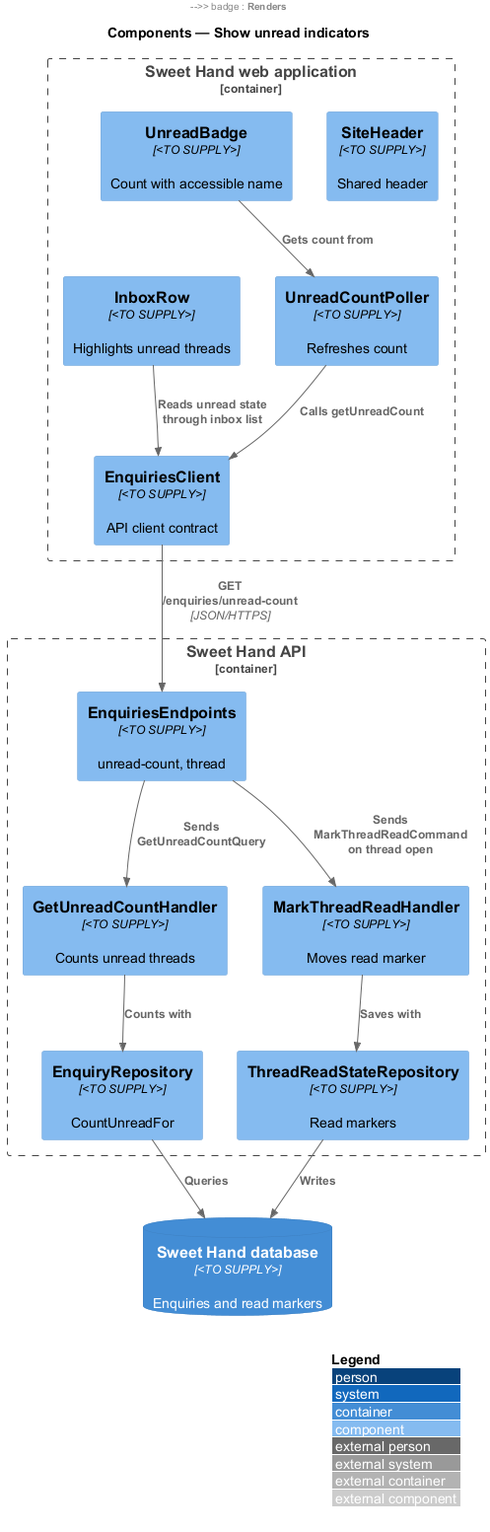
This is docs/detailed-designs/enquiries/show-unread-indicators/diagrams/c4-component.png from QuinntyneBrown/sweet-hand, a PlantUML export, as it was before one commit. Its diagram source:
```plantuml
@startuml
!include <C4/C4_Component>
LAYOUT_WITH_LEGEND()
title Components — Show unread indicators

Container_Boundary(web, "Sweet Hand web application") {
  Component(header, "SiteHeader", "<TO SUPPLY>", "Shared header")
  Component(badge, "UnreadBadge", "<TO SUPPLY>", "Count with accessible name")
  Component(poller, "UnreadCountPoller", "<TO SUPPLY>", "Refreshes count")
  Component(row, "InboxRow", "<TO SUPPLY>", "Highlights unread threads")
  Component(client, "EnquiriesClient", "<TO SUPPLY>", "API client contract")
}
Container_Boundary(api, "Sweet Hand API") {
  Component(ep, "EnquiriesEndpoints", "<TO SUPPLY>", "unread-count, thread")
  Component(count, "GetUnreadCountHandler", "<TO SUPPLY>", "Counts unread threads")
  Component(mark, "MarkThreadReadHandler", "<TO SUPPLY>", "Moves read marker")
  Component(repo, "EnquiryRepository", "<TO SUPPLY>", "CountUnreadFor")
  Component(readrepo, "ThreadReadStateRepository", "<TO SUPPLY>", "Read markers")
}
ContainerDb(db, "Sweet Hand database", "<TO SUPPLY>", "Enquiries and read markers")

Rel(header, badge, "Renders")
Rel(badge, poller, "Gets count from")
Rel(poller, client, "Calls getUnreadCount")
Rel(client, ep, "GET /enquiries/unread-count", "JSON/HTTPS")
Rel(ep, count, "Sends GetUnreadCountQuery")
Rel(ep, mark, "Sends MarkThreadReadCommand on thread open")
Rel(count, repo, "Counts with")
Rel(mark, readrepo, "Saves with")
Rel(repo, db, "Queries")
Rel(readrepo, db, "Writes")
Rel(row, client, "Reads unread state through inbox list")
@enduml
```
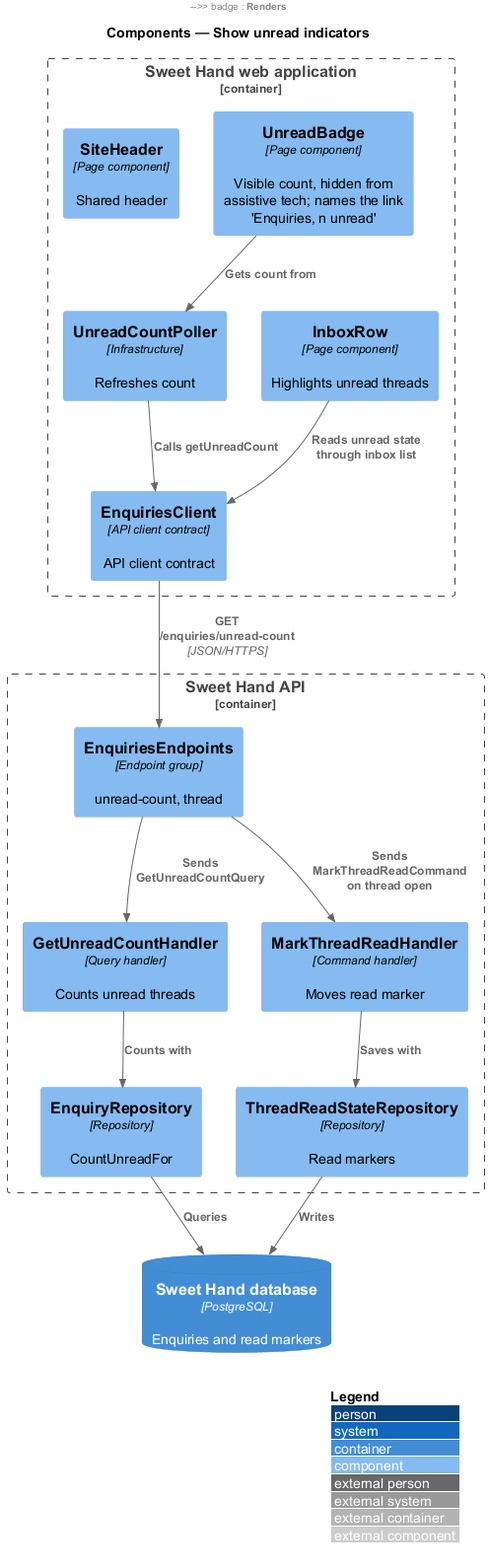
The same diagram one commit later.

The edit, as a diff of the source:
```diff
@@ -4,20 +4,20 @@
 title Components — Show unread indicators
 
 Container_Boundary(web, "Sweet Hand web application") {
-  Component(header, "SiteHeader", "<TO SUPPLY>", "Shared header")
-  Component(badge, "UnreadBadge", "<TO SUPPLY>", "Count with accessible name")
-  Component(poller, "UnreadCountPoller", "<TO SUPPLY>", "Refreshes count")
-  Component(row, "InboxRow", "<TO SUPPLY>", "Highlights unread threads")
-  Component(client, "EnquiriesClient", "<TO SUPPLY>", "API client contract")
+  Component(header, "SiteHeader", "Page component", "Shared header")
+  Component(badge, "UnreadBadge", "Page component", "Visible count, hidden from assistive tech; names the link 'Enquiries, n unread'")
+  Component(poller, "UnreadCountPoller", "Infrastructure", "Refreshes count")
+  Component(row, "InboxRow", "Page component", "Highlights unread threads")
+  Component(client, "EnquiriesClient", "API client contract", "API client contract")
 }
 Container_Boundary(api, "Sweet Hand API") {
-  Component(ep, "EnquiriesEndpoints", "<TO SUPPLY>", "unread-count, thread")
-  Component(count, "GetUnreadCountHandler", "<TO SUPPLY>", "Counts unread threads")
-  Component(mark, "MarkThreadReadHandler", "<TO SUPPLY>", "Moves read marker")
-  Component(repo, "EnquiryRepository", "<TO SUPPLY>", "CountUnreadFor")
-  Component(readrepo, "ThreadReadStateRepository", "<TO SUPPLY>", "Read markers")
+  Component(ep, "EnquiriesEndpoints", "Endpoint group", "unread-count, thread")
+  Component(count, "GetUnreadCountHandler", "Query handler", "Counts unread threads")
+  Component(mark, "MarkThreadReadHandler", "Command handler", "Moves read marker")
+  Component(repo, "EnquiryRepository", "Repository", "CountUnreadFor")
+  Component(readrepo, "ThreadReadStateRepository", "Repository", "Read markers")
 }
-ContainerDb(db, "Sweet Hand database", "<TO SUPPLY>", "Enquiries and read markers")
+ContainerDb(db, "Sweet Hand database", "PostgreSQL", "Enquiries and read markers")
 
 Rel(header, badge, "Renders")
 Rel(badge, poller, "Gets count from")
```
